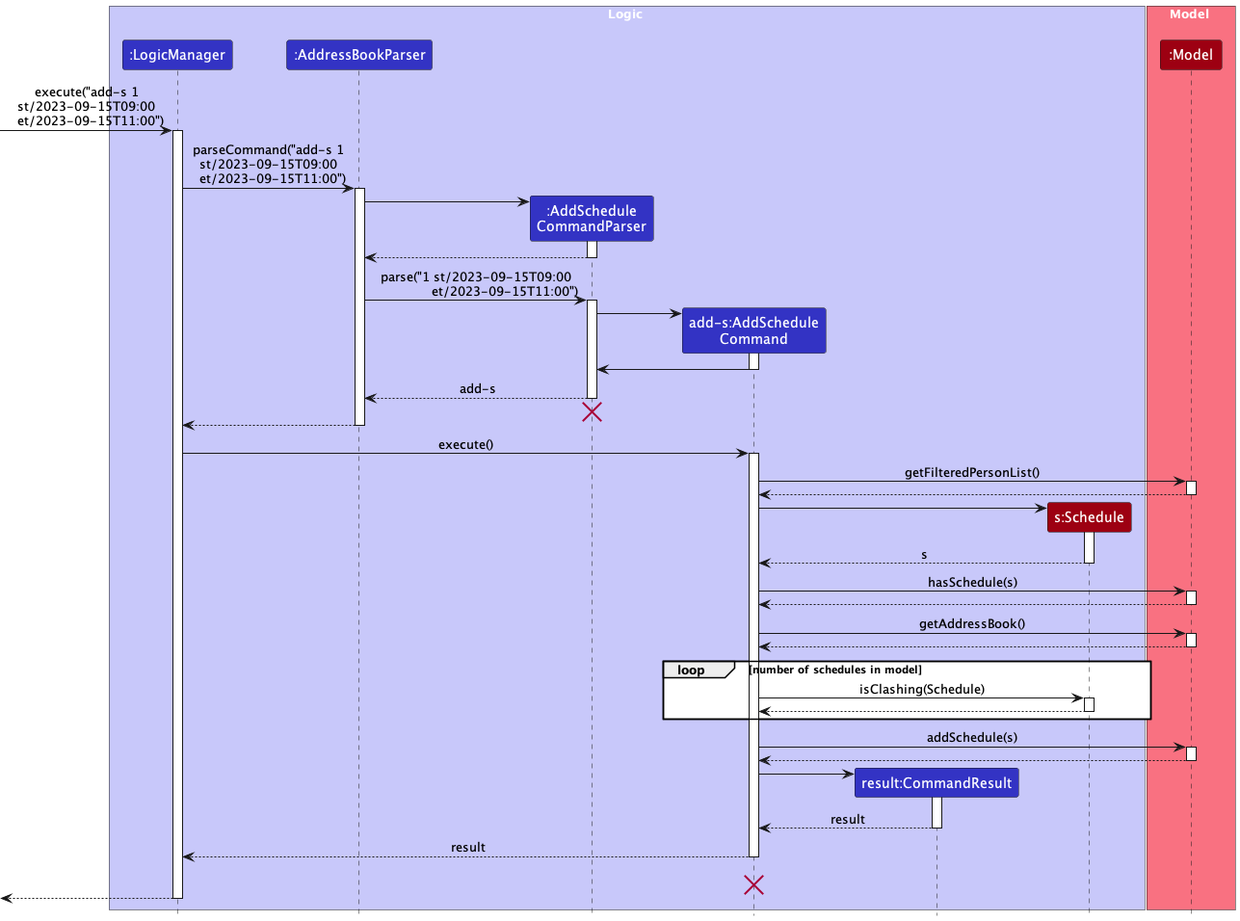
This is docs/images/AddScheduleSequenceDiagram.png from nus-cs2103-AY2324S1/tp, a PlantUML export, as it was before one commit.
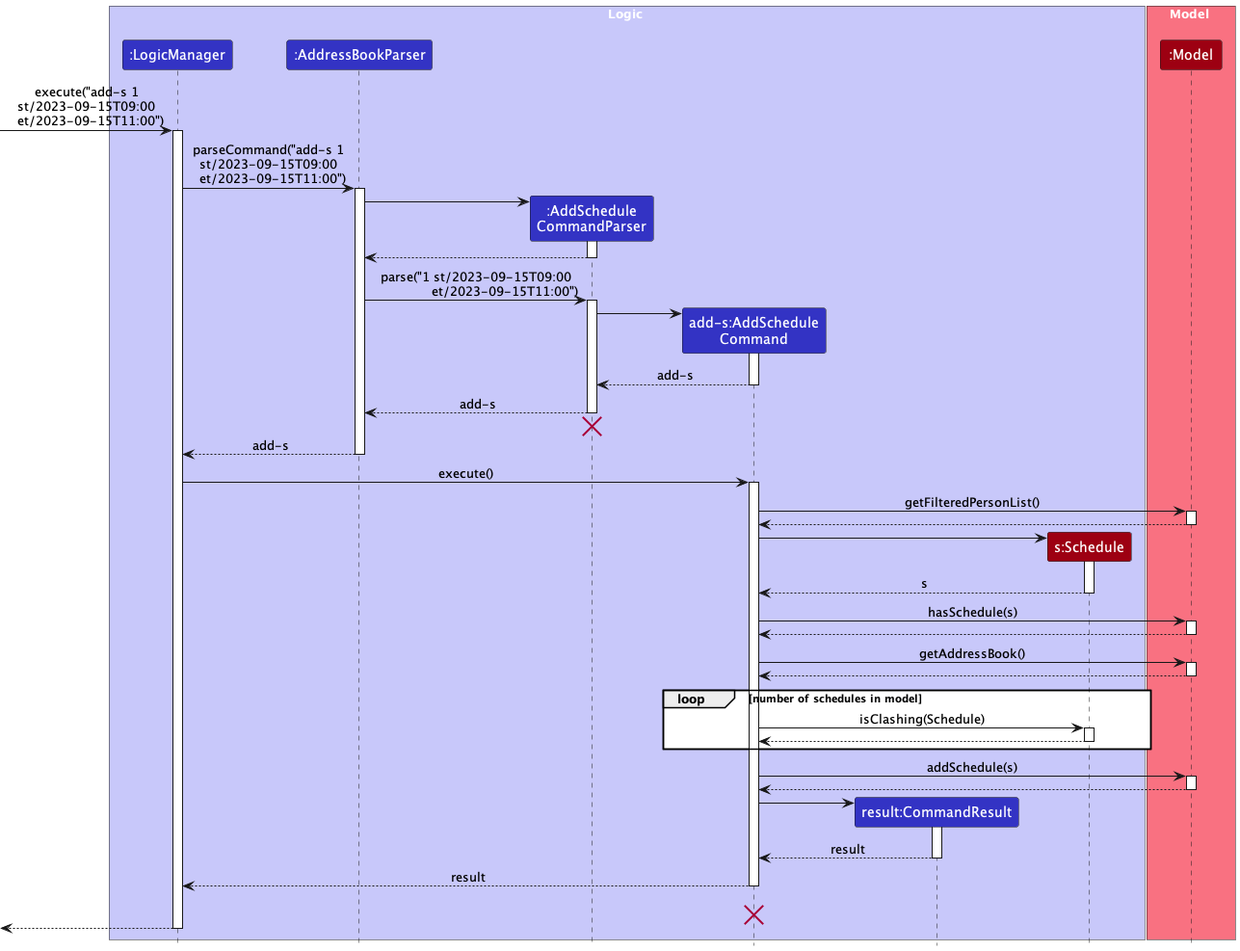
Later version of the same file.

Commit message:
Update sequence diagrams for add-s

What changed in the source:
```diff
@@ -35,7 +35,7 @@
 AddScheduleCommandParser -> AddScheduleCommand
 activate AddScheduleCommand
 
-AddScheduleCommand -> AddScheduleCommandParser
+AddScheduleCommand --> AddScheduleCommandParser :  add-s
 deactivate AddScheduleCommand
 
 
@@ -44,7 +44,7 @@
 AddScheduleCommandParser -[hidden]-> AddressBookParser
 destroy AddScheduleCommandParser
 
-AddressBookParser --> LogicManager
+AddressBookParser --> LogicManager : add-s
 deactivate AddressBookParser
 
 LogicManager -> AddScheduleCommand : execute()
```
